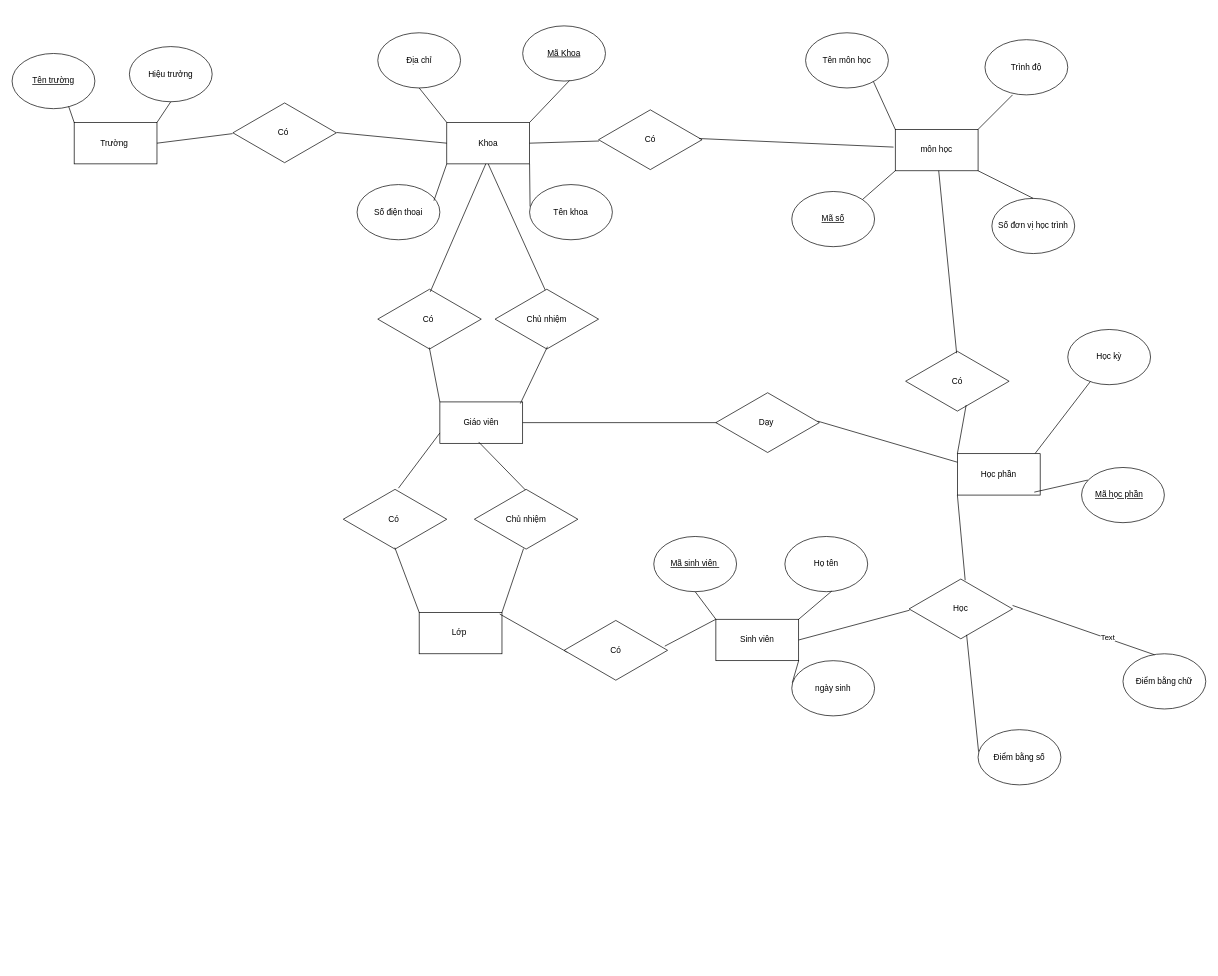
Above: Untitled Diagram.drawio in tatho-97/CoSoDuLieu (draw.io), before the change. Source tidied: cells renumbered, new cells numbered last; positions are measured from the earlier drawing's top-left corner, leaving out a move shared by most shapes. Both pictures are drawn from the tidied source at 69%, with x=0, y=0 at pixel (12, 26).
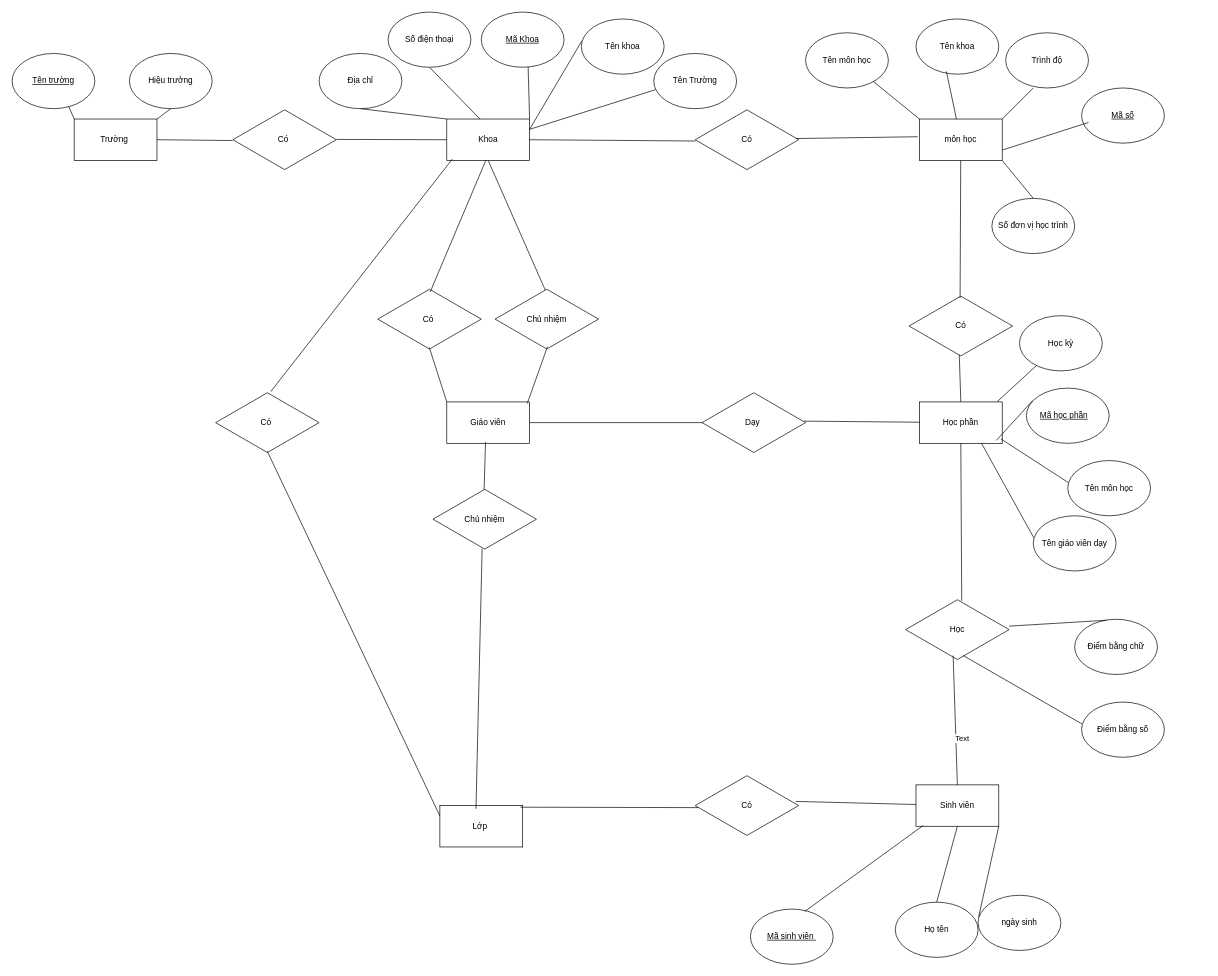
The same diagram, later.

The change refers to these unchanged cells:
```xml
<mxCell id="71" style="endArrow=none;html=1;rounded=0;entryX=0.381;entryY=0.018;entryDx=0;entryDy=0;entryPerimeter=0;exitX=1;exitY=0.444;exitDx=0;exitDy=0;exitPerimeter=0;" parent="1" edge="1" source="56" target="69">
  <mxGeometry relative="1" as="geometry" />
</mxCell>
```

The edit, as a diff of the source:
```diff
@@
     <mxCell id="2" value="Trường&amp;nbsp;" style="rounded=0;whiteSpace=wrap;html=1;" parent="1" vertex="1">
-      <mxGeometry x="90" y="140" width="120" height="60" as="geometry" />
+      <mxGeometry x="90" y="135" width="120" height="60" as="geometry" />
     </mxCell>
     <mxCell id="3" value="Khoa" style="whiteSpace=wrap;html=1;" parent="1" vertex="1">
-      <mxGeometry x="630" y="140" width="120" height="60" as="geometry" />
+      <mxGeometry x="630" y="135" width="120" height="60" as="geometry" />
     </mxCell>
@@
     <mxCell id="5" value="Hiệu trưởng" style="ellipse;whiteSpace=wrap;html=1;" parent="1" vertex="1">
-      <mxGeometry x="170" y="30" width="120" height="80" as="geometry" />
+      <mxGeometry x="170" y="40" width="120" height="80" as="geometry" />
     </mxCell>
@@
     <mxCell id="8" value="&lt;u&gt;Mã Khoa&lt;/u&gt;" style="ellipse;whiteSpace=wrap;html=1;" parent="1" vertex="1">
-      <mxGeometry x="740" width="120" height="80" as="geometry" />
+      <mxGeometry x="680" y="-20" width="120" height="80" as="geometry" />
     </mxCell>
     <mxCell id="9" value="Tên khoa" style="ellipse;whiteSpace=wrap;html=1;" parent="1" vertex="1">
-      <mxGeometry x="750" y="230" width="120" height="80" as="geometry" />
+      <mxGeometry x="825" y="-10" width="120" height="80" as="geometry" />
     </mxCell>
     <mxCell id="10" value="Địa chỉ" style="ellipse;whiteSpace=wrap;html=1;" parent="1" vertex="1">
-      <mxGeometry x="530" y="10" width="120" height="80" as="geometry" />
+      <mxGeometry x="445" y="40" width="120" height="80" as="geometry" />
     </mxCell>
     <mxCell id="11" value="Số điện thoại" style="ellipse;whiteSpace=wrap;html=1;" parent="1" vertex="1">
-      <mxGeometry x="500" y="230" width="120" height="80" as="geometry" />
+      <mxGeometry x="545" y="-20" width="120" height="80" as="geometry" />
     </mxCell>
@@
-    <mxCell id="14" style="endArrow=none;html=1;rounded=0;entryX=0.006;entryY=0.398;entryDx=0;entryDy=0;entryPerimeter=0;exitX=1;exitY=1;exitDx=0;exitDy=0;" parent="1" edge="1" source="3" target="9">
+    <mxCell id="14" style="endArrow=none;html=1;rounded=0;entryX=0.006;entryY=0.398;entryDx=0;entryDy=0;entryPerimeter=0;exitX=1;exitY=0.25;exitDx=0;exitDy=0;" parent="1" edge="1" source="3" target="9">
       <mxGeometry relative="1" as="geometry" />
     </mxCell>
     <mxCell id="15" value="Có&amp;nbsp;" style="html=1;whiteSpace=wrap;shape=isoRectangle;" parent="1" vertex="1">
-      <mxGeometry x="320" y="110" width="150" height="90" as="geometry" />
+      <mxGeometry x="320" y="120" width="150" height="90" as="geometry" />
     </mxCell>
@@
     <mxCell id="18" value="môn học" style="whiteSpace=wrap;html=1;" parent="1" vertex="1">
-      <mxGeometry x="1280" y="150" width="120" height="60" as="geometry" />
+      <mxGeometry x="1315" y="135" width="120" height="60" as="geometry" />
     </mxCell>
-    <mxCell id="19" style="endArrow=none;html=1;rounded=0;entryX=0;entryY=1;entryDx=0;entryDy=0;exitX=0.928;exitY=0.292;exitDx=0;exitDy=0;exitPerimeter=0;" parent="1" edge="1" source="11" target="3">
+    <mxCell id="19" style="endArrow=none;html=1;rounded=0;entryX=0.401;entryY=0;entryDx=0;entryDy=0;entryPerimeter=0;exitX=0.5;exitY=1;exitDx=0;exitDy=0;" parent="1" edge="1" source="11" target="3">
       <mxGeometry relative="1" as="geometry" />
     </mxCell>
@@
     <mxCell id="21" value="&lt;u&gt;Mã số&lt;/u&gt;" style="ellipse;whiteSpace=wrap;html=1;" parent="1" vertex="1">
-      <mxGeometry x="1130" y="240" width="120" height="80" as="geometry" />
+      <mxGeometry x="1550" y="90" width="120" height="80" as="geometry" />
     </mxCell>
@@
-    <mxCell id="23" style="endArrow=none;html=1;rounded=0;exitX=1;exitY=0;exitDx=0;exitDy=0;entryX=0;entryY=1;entryDx=0;entryDy=0;" parent="1" edge="1" source="21" target="18">
+    <mxCell id="23" style="endArrow=none;html=1;rounded=0;exitX=0.083;exitY=0.625;exitDx=0;exitDy=0;exitPerimeter=0;entryX=1;entryY=0.75;entryDx=0;entryDy=0;" parent="1" edge="1" source="21" target="18">
       <mxGeometry relative="1" as="geometry" />
     </mxCell>
@@
     <mxCell id="26" value="Trình độ" style="ellipse;whiteSpace=wrap;html=1;" parent="1" vertex="1">
-      <mxGeometry x="1410" y="20" width="120" height="80" as="geometry" />
+      <mxGeometry x="1440" y="10" width="120" height="80" as="geometry" />
     </mxCell>
@@
     <mxCell id="28" value="Có" style="html=1;whiteSpace=wrap;shape=isoRectangle;" parent="1" vertex="1">
-      <mxGeometry x="850" y="120" width="150" height="90" as="geometry" />
+      <mxGeometry x="990" y="120" width="150" height="90" as="geometry" />
     </mxCell>
@@
     <mxCell id="31" value="Học phần" style="whiteSpace=wrap;html=1;" parent="1" vertex="1">
-      <mxGeometry x="1370" y="620" width="120" height="60" as="geometry" />
+      <mxGeometry x="1315" y="545" width="120" height="60" as="geometry" />
     </mxCell>
     <mxCell id="32" value="&lt;u&gt;Mã học phần&lt;span style=&quot;white-space: pre;&quot;&gt;&#9;&lt;/span&gt;&lt;/u&gt;" style="ellipse;whiteSpace=wrap;html=1;" parent="1" vertex="1">
-      <mxGeometry x="1550" y="640" width="120" height="80" as="geometry" />
+      <mxGeometry x="1470" y="525" width="120" height="80" as="geometry" />
     </mxCell>
     <mxCell id="33" value="Học kỳ" style="ellipse;whiteSpace=wrap;html=1;" parent="1" vertex="1">
-      <mxGeometry x="1530" y="440" width="120" height="80" as="geometry" />
+      <mxGeometry x="1460" y="420" width="120" height="80" as="geometry" />
     </mxCell>
@@
     <mxCell id="36" value="Có" style="html=1;whiteSpace=wrap;shape=isoRectangle;" parent="1" vertex="1">
-      <mxGeometry x="1295" y="470" width="150" height="90" as="geometry" />
+      <mxGeometry x="1300" y="390" width="150" height="90" as="geometry" />
     </mxCell>
-    <mxCell id="37" style="endArrow=none;html=1;rounded=0;exitX=0.585;exitY=0.883;exitDx=0;exitDy=0;exitPerimeter=0;entryX=0;entryY=0;entryDx=0;entryDy=0;" parent="1" edge="1" source="36" target="31">
+    <mxCell id="37" style="endArrow=none;html=1;rounded=0;exitX=0.485;exitY=0.962;exitDx=0;exitDy=0;exitPerimeter=0;entryX=0.5;entryY=0;entryDx=0;entryDy=0;" parent="1" edge="1" source="36" target="31">
       <mxGeometry relative="1" as="geometry" />
     </mxCell>
@@
     <mxCell id="39" value="Giáo viên" style="whiteSpace=wrap;html=1;" parent="1" vertex="1">
-      <mxGeometry x="620" y="545" width="120" height="60" as="geometry" />
+      <mxGeometry x="630" y="545" width="120" height="60" as="geometry" />
     </mxCell>
@@
     <mxCell id="47" value="Dạy&amp;nbsp;" style="html=1;whiteSpace=wrap;shape=isoRectangle;" parent="1" vertex="1">
-      <mxGeometry x="1020" y="530" width="150" height="90" as="geometry" />
+      <mxGeometry x="1000" y="530" width="150" height="90" as="geometry" />
     </mxCell>
@@
     <mxCell id="49" value="Sinh viên" style="whiteSpace=wrap;html=1;" parent="1" vertex="1">
-      <mxGeometry x="1020" y="860" width="120" height="60" as="geometry" />
+      <mxGeometry x="1310" y="1100" width="120" height="60" as="geometry" />
     </mxCell>
     <mxCell id="50" value="Họ tên" style="ellipse;whiteSpace=wrap;html=1;" parent="1" vertex="1">
-      <mxGeometry x="1120" y="740" width="120" height="80" as="geometry" />
+      <mxGeometry x="1280" y="1270" width="120" height="80" as="geometry" />
     </mxCell>
     <mxCell id="51" value="ngày sinh" style="ellipse;whiteSpace=wrap;html=1;" parent="1" vertex="1">
-      <mxGeometry x="1130" y="920" width="120" height="80" as="geometry" />
+      <mxGeometry x="1400" y="1260" width="120" height="80" as="geometry" />
     </mxCell>
     <mxCell id="52" value="&lt;u&gt;Mã sinh viên&amp;nbsp;&lt;/u&gt;" style="ellipse;whiteSpace=wrap;html=1;" parent="1" vertex="1">
-      <mxGeometry x="930" y="740" width="120" height="80" as="geometry" />
+      <mxGeometry x="1070" y="1280" width="120" height="80" as="geometry" />
     </mxCell>
-    <mxCell id="53" style="endArrow=none;html=1;rounded=0;entryX=0.5;entryY=1;entryDx=0;entryDy=0;exitX=0;exitY=0;exitDx=0;exitDy=0;" parent="1" edge="1" source="49" target="52">
+    <mxCell id="53" style="endArrow=none;html=1;rounded=0;entryX=0.657;entryY=0.043;entryDx=0;entryDy=0;exitX=0.087;exitY=0.981;exitDx=0;exitDy=0;entryPerimeter=0;exitPerimeter=0;" parent="1" edge="1" source="49" target="52">
       <mxGeometry relative="1" as="geometry" />
     </mxCell>
-    <mxCell id="54" style="endArrow=none;html=1;rounded=0;entryX=0.566;entryY=0.99;entryDx=0;entryDy=0;entryPerimeter=0;exitX=1;exitY=0;exitDx=0;exitDy=0;" parent="1" edge="1" source="49" target="50">
+    <mxCell id="54" style="endArrow=none;html=1;rounded=0;entryX=0.5;entryY=0;entryDx=0;entryDy=0;exitX=0.5;exitY=1;exitDx=0;exitDy=0;" parent="1" edge="1" source="49" target="50">
       <mxGeometry relative="1" as="geometry" />
     </mxCell>
@@
     <mxCell id="56" value="Học" style="html=1;whiteSpace=wrap;shape=isoRectangle;" parent="1" vertex="1">
-      <mxGeometry x="1300" y="800" width="150" height="90" as="geometry" />
+      <mxGeometry x="1295" y="830" width="150" height="90" as="geometry" />
     </mxCell>
-    <mxCell id="57" style="endArrow=none;html=1;rounded=0;exitX=1;exitY=0.5;exitDx=0;exitDy=0;entryX=0.004;entryY=0.521;entryDx=0;entryDy=0;entryPerimeter=0;" parent="1" edge="1" source="49" target="56">
+    <mxCell id="57" style="endArrow=none;html=1;rounded=0;exitX=0.5;exitY=0;exitDx=0;exitDy=0;entryX=0.459;entryY=0.918;entryDx=0;entryDy=0;entryPerimeter=0;" parent="1" edge="1" source="49" target="56">
       <mxGeometry relative="1" as="geometry" />
     </mxCell>
+    <mxCell id="72" value="Text" style="edgeLabel;html=1;align=center;verticalAlign=middle;" parent="57" vertex="1">
+      <mxGeometry x="-0.29" y="-9" relative="1" as="geometry" />
+    </mxCell>
-    <mxCell id="58" style="endArrow=none;html=1;rounded=0;exitX=0.542;exitY=0.038;exitDx=0;exitDy=0;exitPerimeter=0;entryX=0;entryY=1;entryDx=0;entryDy=0;" parent="1" edge="1" source="56" target="31">
+    <mxCell id="58" style="endArrow=none;html=1;rounded=0;exitX=0.542;exitY=0.038;exitDx=0;exitDy=0;exitPerimeter=0;entryX=0.5;entryY=1;entryDx=0;entryDy=0;" parent="1" edge="1" source="56" target="31">
       <mxGeometry relative="1" as="geometry" />
     </mxCell>
     <mxCell id="59" value="Lớp&amp;nbsp;" style="whiteSpace=wrap;html=1;" parent="1" vertex="1">
-      <mxGeometry x="590" y="850" width="120" height="60" as="geometry" />
+      <mxGeometry x="620" y="1130" width="120" height="60" as="geometry" />
     </mxCell>
     <mxCell id="60" value="Có&amp;nbsp;" style="html=1;whiteSpace=wrap;shape=isoRectangle;" parent="1" vertex="1">
-      <mxGeometry x="480" y="670" width="150" height="90" as="geometry" />
+      <mxGeometry x="295" y="530" width="150" height="90" as="geometry" />
     </mxCell>
-    <mxCell id="61" style="endArrow=none;html=1;rounded=0;exitX=0;exitY=0;exitDx=0;exitDy=0;entryX=0.498;entryY=0.957;entryDx=0;entryDy=0;entryPerimeter=0;" parent="1" edge="1" source="59" target="60">
+    <mxCell id="61" style="endArrow=none;html=1;rounded=0;exitX=0;exitY=0.25;exitDx=0;exitDy=0;entryX=0.498;entryY=0.957;entryDx=0;entryDy=0;entryPerimeter=0;" parent="1" edge="1" source="59" target="60">
       <mxGeometry relative="1" as="geometry" />
     </mxCell>
@@
     <mxCell id="63" value="Có" style="html=1;whiteSpace=wrap;shape=isoRectangle;" parent="1" vertex="1">
-      <mxGeometry x="800" y="860" width="150" height="90" as="geometry" />
+      <mxGeometry x="990" y="1085" width="150" height="90" as="geometry" />
     </mxCell>
-    <mxCell id="64" style="endArrow=none;html=1;rounded=0;exitX=0.533;exitY=0;exitDx=0;exitDy=0;exitPerimeter=0;entryX=0;entryY=0.75;entryDx=0;entryDy=0;" parent="1" edge="1" source="60" target="39">
+    <mxCell id="64" style="endArrow=none;html=1;rounded=0;exitX=0.533;exitY=0;exitDx=0;exitDy=0;exitPerimeter=0;entryX=0.067;entryY=0.967;entryDx=0;entryDy=0;entryPerimeter=0;" parent="1" edge="1" source="60" target="3">
       <mxGeometry relative="1" as="geometry" />
     </mxCell>
-    <mxCell id="65" style="endArrow=none;html=1;rounded=0;exitX=0.973;exitY=0.433;exitDx=0;exitDy=0;exitPerimeter=0;entryX=0;entryY=0;entryDx=0;entryDy=0;" parent="1" edge="1" source="63" target="49">
+    <mxCell id="65" style="endArrow=none;html=1;rounded=0;exitX=0.973;exitY=0.433;exitDx=0;exitDy=0;exitPerimeter=0;" parent="1" edge="1" source="63" target="49">
       <mxGeometry relative="1" as="geometry" />
     </mxCell>
-    <mxCell id="66" style="endArrow=none;html=1;rounded=0;exitX=1;exitY=0;exitDx=0;exitDy=0;entryX=0.475;entryY=0.973;entryDx=0;entryDy=0;entryPerimeter=0;" parent="1" edge="1" source="59" target="67">
+    <mxCell id="66" style="endArrow=none;html=1;rounded=0;exitX=0.436;exitY=0.078;exitDx=0;exitDy=0;entryX=0.475;entryY=0.973;entryDx=0;entryDy=0;entryPerimeter=0;exitPerimeter=0;" parent="1" edge="1" source="59" target="67">
       <mxGeometry relative="1" as="geometry" />
     </mxCell>
     <mxCell id="67" value="Chủ nhiệm" style="html=1;whiteSpace=wrap;shape=isoRectangle;" parent="1" vertex="1">
-      <mxGeometry x="670" y="670" width="150" height="90" as="geometry" />
+      <mxGeometry x="610" y="670" width="150" height="90" as="geometry" />
     </mxCell>
@@
     <mxCell id="69" value="Điểm bằng chữ" style="ellipse;whiteSpace=wrap;html=1;" parent="1" vertex="1">
-      <mxGeometry x="1610" y="910" width="120" height="80" as="geometry" />
+      <mxGeometry x="1540" y="860" width="120" height="80" as="geometry" />
     </mxCell>
     <mxCell id="70" value="Điểm bằng số" style="ellipse;whiteSpace=wrap;html=1;" parent="1" vertex="1">
-      <mxGeometry x="1400" y="1020" width="120" height="80" as="geometry" />
+      <mxGeometry x="1550" y="980" width="120" height="80" as="geometry" />
     </mxCell>
@@
-    <mxCell id="72" value="Text" style="edgeLabel;html=1;align=center;verticalAlign=middle;" parent="71" vertex="1">
-      <mxGeometry x="0.32" y="3" relative="1" as="geometry">
-        <mxPoint y="1" as="offset" />
-      </mxGeometry>
-    </mxCell>
@@
+    <mxCell id="74" value="Tên Trường" style="ellipse;whiteSpace=wrap;html=1;" parent="1" vertex="1">
+      <mxGeometry x="930" y="40" width="120" height="80" as="geometry" />
+    </mxCell>
+    <mxCell id="75" style="endArrow=none;html=1;rounded=0;exitX=1;exitY=0.25;exitDx=0;exitDy=0;entryX=0.021;entryY=0.656;entryDx=0;entryDy=0;entryPerimeter=0;" parent="1" edge="1" source="3" target="74">
+      <mxGeometry relative="1" as="geometry" />
+    </mxCell>
+    <mxCell id="76" value="Tên khoa" style="ellipse;whiteSpace=wrap;html=1;" parent="1" vertex="1">
+      <mxGeometry x="1310" y="-10" width="120" height="80" as="geometry" />
+    </mxCell>
+    <mxCell id="77" style="endArrow=none;html=1;rounded=0;entryX=0.367;entryY=0.949;entryDx=0;entryDy=0;entryPerimeter=0;" parent="1" edge="1" source="18" target="76">
+      <mxGeometry relative="1" as="geometry" />
+    </mxCell>
+    <mxCell id="78" value="Tên môn học" style="ellipse;whiteSpace=wrap;html=1;" parent="1" vertex="1">
+      <mxGeometry x="1530" y="630" width="120" height="80" as="geometry" />
+    </mxCell>
+    <mxCell id="79" style="endArrow=none;html=1;rounded=0;entryX=0.006;entryY=0.398;entryDx=0;entryDy=0;entryPerimeter=0;exitX=0.984;exitY=0.894;exitDx=0;exitDy=0;exitPerimeter=0;" parent="1" edge="1" source="31" target="78">
+      <mxGeometry relative="1" as="geometry" />
+    </mxCell>
+    <mxCell id="80" value="Tên giáo viên dạy" style="ellipse;whiteSpace=wrap;html=1;" parent="1" vertex="1">
+      <mxGeometry x="1480" y="710" width="120" height="80" as="geometry" />
+    </mxCell>
+    <mxCell id="81" style="endArrow=none;html=1;rounded=0;entryX=0.006;entryY=0.398;entryDx=0;entryDy=0;entryPerimeter=0;exitX=0.75;exitY=1;exitDx=0;exitDy=0;" parent="1" edge="1" source="31" target="80">
+      <mxGeometry relative="1" as="geometry" />
+    </mxCell>
```
